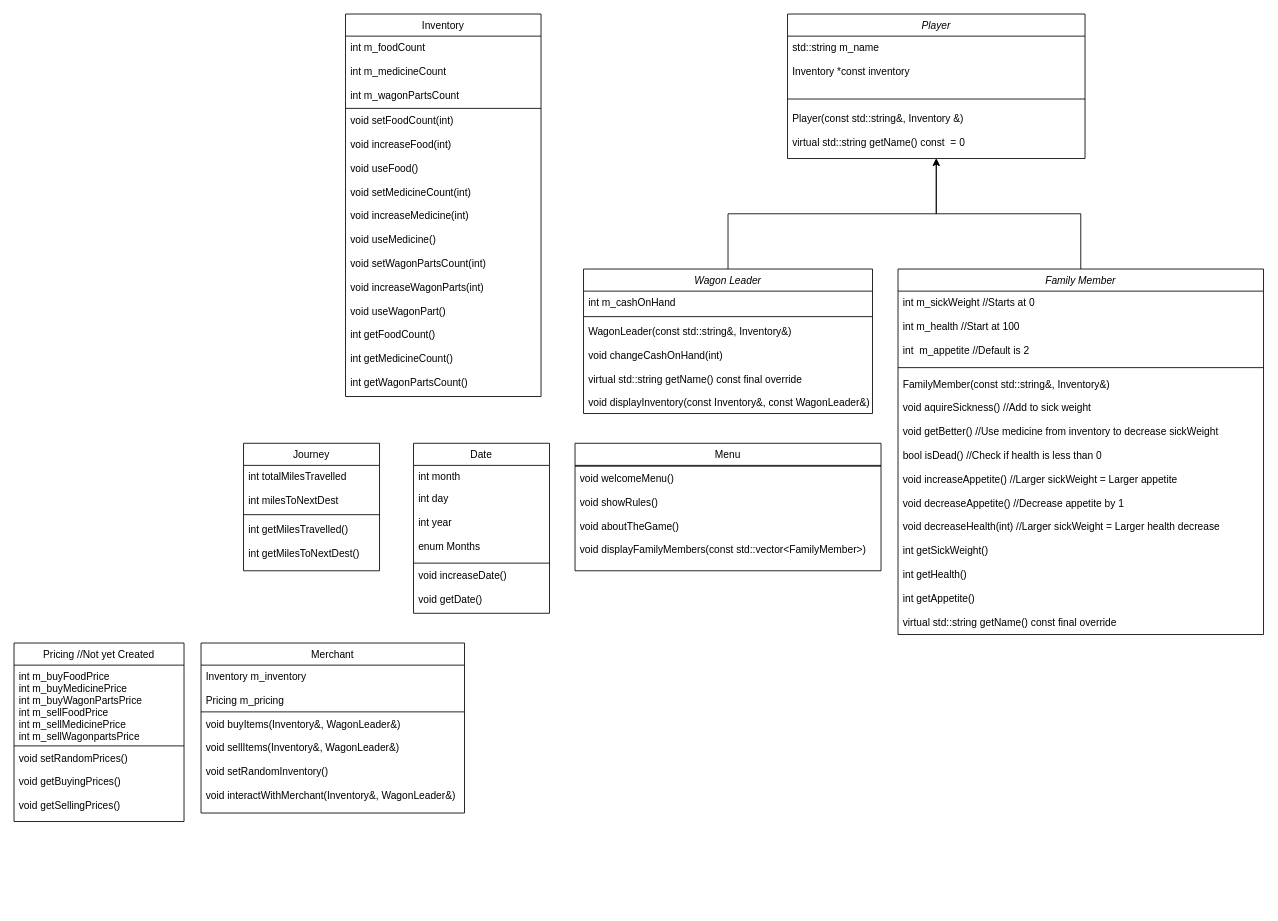
jro0100/Safe-Travels keeps this draw.io diagram as GameDesign.drawio. Above is the earlier version. Source tidied: cells renumbered, new cells numbered last; positions are measured from the earlier drawing's top-left corner, leaving out a move shared by most shapes. Both pictures are drawn from the tidied source at 85%, with x=0, y=0 at pixel (14, 14).
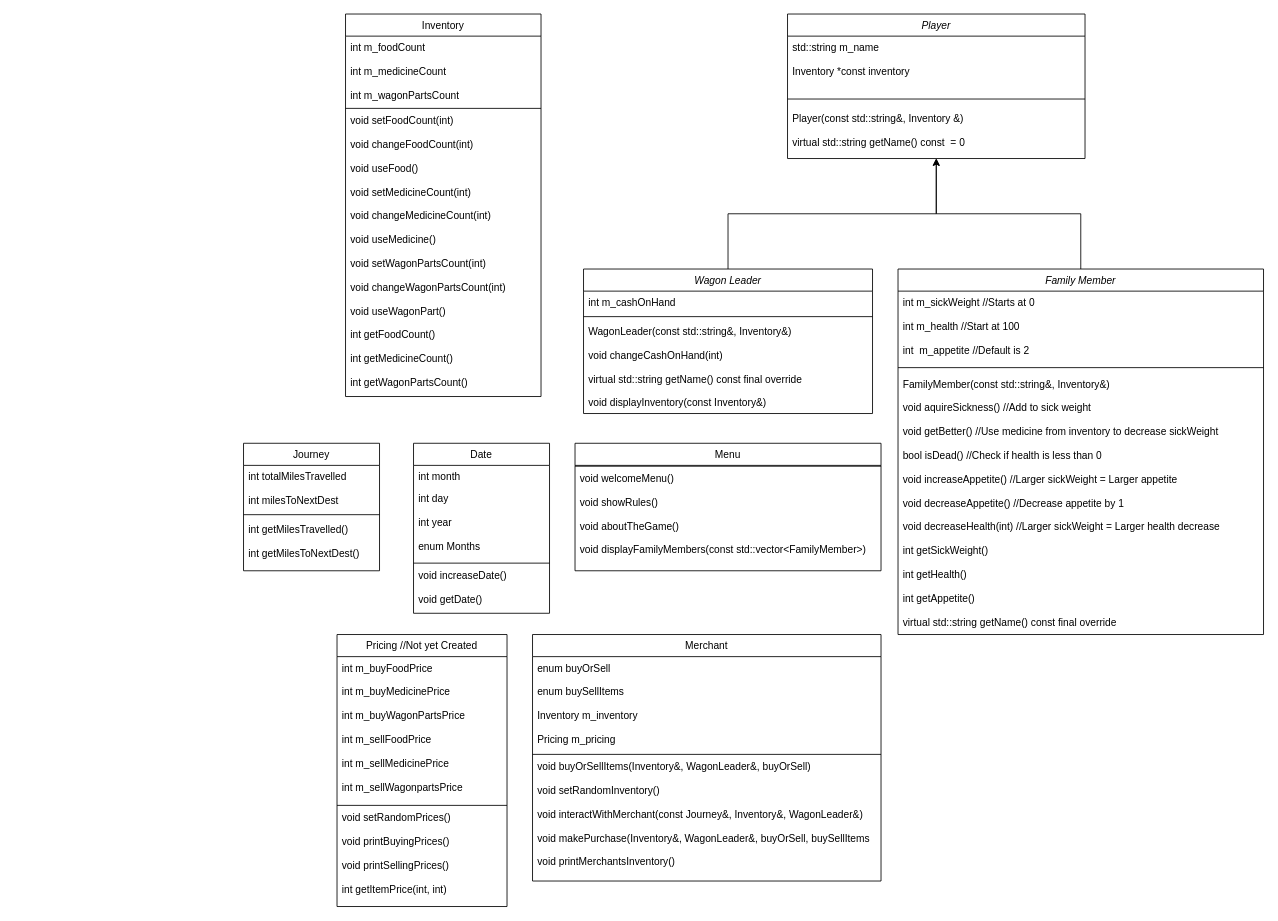
After the change.

Unchanged cells that the change refers to:
```xml
<mxCell id="6" value="Inventory" style="swimlane;fontStyle=0;align=center;verticalAlign=top;horizontal=1;startSize=26;rounded=0;shadow=0;strokeWidth=1;" parent="1" vertex="1">
  <mxGeometry x="390" width="230" height="450" as="geometry" />
</mxCell>
<mxCell id="16" value="Wagon Leader" style="swimlane;fontStyle=2;align=center;verticalAlign=top;horizontal=1;startSize=26;rounded=0;shadow=0;strokeWidth=1;" parent="1" vertex="1">
  <mxGeometry x="670" y="300" width="340" height="170" as="geometry" />
</mxCell>
```

What changed in the source:
```diff
@@
-    <mxCell id="10" value="void setFoodCount(int)&#10;&#10;void increaseFood(int)&#10;&#10;void useFood()&#10;&#10;void setMedicineCount(int)&#10;&#10;void increaseMedicine(int)&#10;&#10;void useMedicine()&#10;&#10;void setWagonPartsCount(int)&#10;&#10;void increaseWagonParts(int)&#10;&#10;void useWagonPart()&#10;&#10;int getFoodCount()&#10;&#10;int getMedicineCount()&#10;&#10;int getWagonPartsCount()&#10;" style="text;align=left;verticalAlign=top;spacingLeft=4;spacingRight=4;overflow=hidden;fontStyle=0;" parent="6" vertex="1">
+    <mxCell id="10" value="void setFoodCount(int)&#10;&#10;void changeFoodCount(int)&#10;&#10;void useFood()&#10;&#10;void setMedicineCount(int)&#10;&#10;void changeMedicineCount(int)&#10;&#10;void useMedicine()&#10;&#10;void setWagonPartsCount(int)&#10;&#10;void changeWagonPartsCount(int)&#10;&#10;void useWagonPart()&#10;&#10;int getFoodCount()&#10;&#10;int getMedicineCount()&#10;&#10;int getWagonPartsCount()&#10;" style="text;align=left;verticalAlign=top;spacingLeft=4;spacingRight=4;overflow=hidden;fontStyle=0;" parent="6" vertex="1">
       <mxGeometry y="112" width="230" height="338" as="geometry" />
     </mxCell>
@@
-    <mxCell id="19" value="WagonLeader(const std::string&amp;, Inventory&amp;)&#10;&#10;void changeCashOnHand(int)&#10;&#10;virtual std::string getName() const final override&#10;&#10;void displayInventory(const Inventory&amp;, const WagonLeader&amp;)" style="text;align=left;verticalAlign=top;spacingLeft=4;spacingRight=4;overflow=hidden;rounded=0;shadow=0;html=0;" parent="16" vertex="1">
+    <mxCell id="19" value="WagonLeader(const std::string&amp;, Inventory&amp;)&#10;&#10;void changeCashOnHand(int)&#10;&#10;virtual std::string getName() const final override&#10;&#10;void displayInventory(const Inventory&amp;)" style="text;align=left;verticalAlign=top;spacingLeft=4;spacingRight=4;overflow=hidden;rounded=0;shadow=0;html=0;" parent="16" vertex="1">
       <mxGeometry y="60" width="340" height="110" as="geometry" />
     </mxCell>
@@
     <mxCell id="34" value="Merchant" style="swimlane;fontStyle=0;align=center;verticalAlign=top;horizontal=1;startSize=26;rounded=0;shadow=0;strokeWidth=1;" parent="1" vertex="1">
-      <mxGeometry x="220" y="740" width="310" height="200" as="geometry" />
+      <mxGeometry x="610" y="730" width="410" height="290" as="geometry" />
     </mxCell>
-    <mxCell id="35" value="Inventory m_inventory&#10;&#10;Pricing m_pricing&#10;" style="text;align=left;verticalAlign=top;spacingLeft=4;spacingRight=4;overflow=hidden;" parent="34" vertex="1">
-      <mxGeometry y="26" width="310" height="54" as="geometry" />
+    <mxCell id="35" value="enum buyOrSell&#10;&#10;enum buySellItems&#10;&#10;Inventory m_inventory&#10;&#10;Pricing m_pricing&#10;" style="text;align=left;verticalAlign=top;spacingLeft=4;spacingRight=4;overflow=hidden;" parent="34" vertex="1">
+      <mxGeometry y="26" width="410" height="114" as="geometry" />
     </mxCell>
     <mxCell id="36" style="line;html=1;strokeWidth=1;align=left;verticalAlign=middle;spacingTop=-1;spacingLeft=3;spacingRight=3;labelPosition=right;" parent="34" vertex="1">
-      <mxGeometry y="80" width="310" height="2" as="geometry" />
+      <mxGeometry y="140" width="410" height="2" as="geometry" />
     </mxCell>
-    <mxCell id="37" value="void buyItems(Inventory&amp;, WagonLeader&amp;)&#10;&#10;void sellItems(Inventory&amp;, WagonLeader&amp;)&#10;&#10;void setRandomInventory()&#10;&#10;void interactWithMerchant(Inventory&amp;, WagonLeader&amp;)" style="text;align=left;verticalAlign=top;spacingLeft=4;spacingRight=4;overflow=hidden;fontStyle=0;" parent="34" vertex="1">
-      <mxGeometry y="82" width="310" height="118" as="geometry" />
+    <mxCell id="37" value="void buyOrSellItems(Inventory&amp;, WagonLeader&amp;, buyOrSell)&#10;&#10;void setRandomInventory()&#10;&#10;void interactWithMerchant(const Journey&amp;, Inventory&amp;, WagonLeader&amp;)&#10;&#10;void makePurchase(Inventory&amp;, WagonLeader&amp;, buyOrSell, buySellItems&#10;&#10;void printMerchantsInventory()&#10;" style="text;align=left;verticalAlign=top;spacingLeft=4;spacingRight=4;overflow=hidden;fontStyle=0;" parent="34" vertex="1">
+      <mxGeometry y="142" width="410" height="148" as="geometry" />
     </mxCell>
     <mxCell id="38" value="Pricing //Not yet Created" style="swimlane;fontStyle=0;align=center;verticalAlign=top;horizontal=1;startSize=26;rounded=0;shadow=0;strokeWidth=1;" parent="1" vertex="1">
-      <mxGeometry y="740" width="200" height="210" as="geometry" />
+      <mxGeometry x="380" y="730" width="200" height="320" as="geometry" />
     </mxCell>
-    <mxCell id="39" value="int m_buyFoodPrice&#10;int m_buyMedicinePrice&#10;int m_buyWagonPartsPrice&#10;int m_sellFoodPrice&#10;int m_sellMedicinePrice&#10;int m_sellWagonpartsPrice&#10;" style="text;align=left;verticalAlign=top;spacingLeft=4;spacingRight=4;overflow=hidden;" parent="38" vertex="1">
-      <mxGeometry y="26" width="200" height="94" as="geometry" />
+    <mxCell id="39" value="int m_buyFoodPrice&#10;&#10;int m_buyMedicinePrice&#10;&#10;int m_buyWagonPartsPrice&#10;&#10;int m_sellFoodPrice&#10;&#10;int m_sellMedicinePrice&#10;&#10;int m_sellWagonpartsPrice&#10;" style="text;align=left;verticalAlign=top;spacingLeft=4;spacingRight=4;overflow=hidden;" parent="38" vertex="1">
+      <mxGeometry y="26" width="200" height="174" as="geometry" />
     </mxCell>
     <mxCell id="40" style="line;html=1;strokeWidth=1;align=left;verticalAlign=middle;spacingTop=-1;spacingLeft=3;spacingRight=3;labelPosition=right;" parent="38" vertex="1">
-      <mxGeometry y="120" width="200" height="2" as="geometry" />
+      <mxGeometry y="200" width="200" height="2" as="geometry" />
     </mxCell>
-    <mxCell id="41" value="void setRandomPrices()&#10;&#10;void getBuyingPrices()&#10;&#10;void getSellingPrices()&#10;&#10;&#10;" style="text;align=left;verticalAlign=top;spacingLeft=4;spacingRight=4;overflow=hidden;fontStyle=0;" parent="38" vertex="1">
-      <mxGeometry y="122" width="200" height="78" as="geometry" />
+    <mxCell id="41" value="void setRandomPrices()&#10;&#10;void printBuyingPrices()&#10;&#10;void printSellingPrices()&#10;&#10;int getItemPrice(int, int)&#10;" style="text;align=left;verticalAlign=top;spacingLeft=4;spacingRight=4;overflow=hidden;fontStyle=0;" parent="38" vertex="1">
+      <mxGeometry y="202" width="200" height="118" as="geometry" />
     </mxCell>
```
